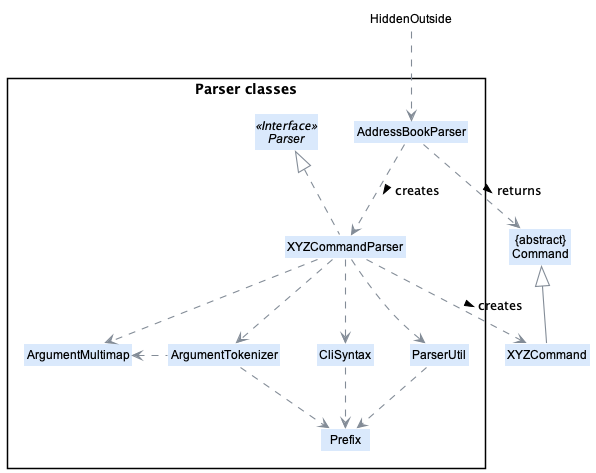
This is docs/images/ParserClasses.png from nus-cs2103-AY2122S1/tp, a PlantUML export, as it was before one commit.
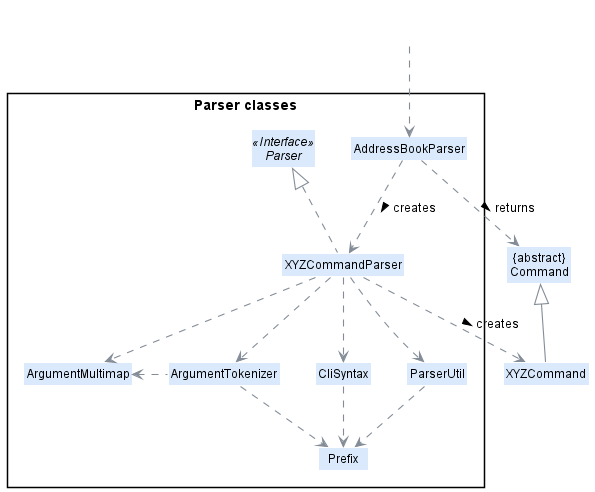
Above is the later version.

Commit message:
Fix HiddenOutside issue

Diff of the diagram source:
```diff
@@ -18,7 +18,7 @@
 Class Prefix
 }
 
-Class HiddenOutside #FFFFFF
+Class HiddenOutside<<Hidden>> #FFFFFF
 HiddenOutside ..> AddressBookParser
 
 AddressBookParser .down.> XYZCommandParser: creates >
```
